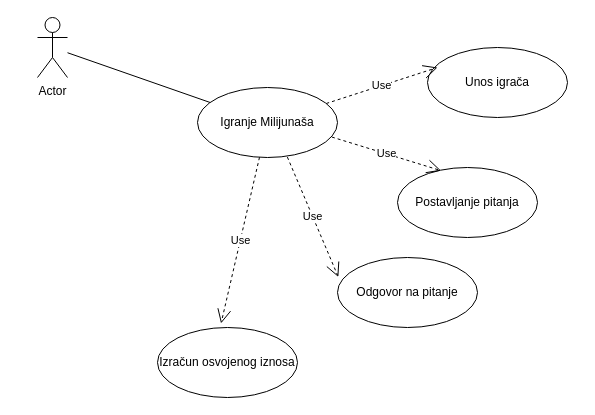
This is page "UseCase: Igranje Milijunaša" (1 of 8) of Untitled Diagram.drawio from Jasna-12345/Milijunas, a draw.io file, before an edit. Source tidied: cells renumbered, new cells numbered last; positions are measured from the earlier drawing's top-left corner, leaving out a move shared by most shapes. Both pictures are drawn from the tidied source at 100%, with x=0, y=0 at pixel (37, 17).
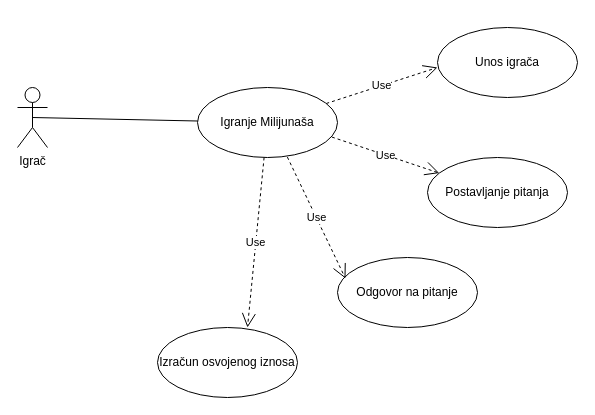
The same diagram, later.

Diff of the diagram source:
```diff
@@
 <mxGraphModel>
   <root>
     <mxCell id="0" />
     <mxCell id="1" parent="0" />
-    <mxCell id="2" value="Actor" style="shape=umlActor;verticalLabelPosition=bottom;verticalAlign=top;html=1;outlineConnect=0;" parent="1" vertex="1">
-      <mxGeometry width="30" height="60" as="geometry" />
+    <mxCell id="2" value="Igrač" style="shape=umlActor;verticalLabelPosition=bottom;verticalAlign=top;html=1;outlineConnect=0;" parent="1" vertex="1">
+      <mxGeometry x="-20" y="70" width="30" height="60" as="geometry" />
     </mxCell>
     <mxCell id="3" value="Igranje Milijunaša" style="ellipse;whiteSpace=wrap;html=1;" parent="1" vertex="1">
       <mxGeometry x="160" y="70" width="140" height="70" as="geometry" />
     </mxCell>
     <mxCell id="4" value="Unos igrača" style="ellipse;whiteSpace=wrap;html=1;" parent="1" vertex="1">
-      <mxGeometry x="390" y="30" width="140" height="70" as="geometry" />
+      <mxGeometry x="400" y="10" width="140" height="70" as="geometry" />
     </mxCell>
-    <mxCell id="5" style="endArrow=none;html=1;" parent="1" edge="1" source="2" target="3">
-      <mxGeometry relative="1" as="geometry" />
-    </mxCell>
     <mxCell id="6" value="Use" style="endArrow=open;endSize=12;dashed=1;html=1;" parent="1" edge="1" source="3">
       <mxGeometry relative="1" as="geometry">
         <mxPoint x="400" y="50" as="targetPoint" />
       </mxGeometry>
     </mxCell>
     <mxCell id="7" value="Postavljanje pitanja" style="ellipse;whiteSpace=wrap;html=1;" parent="1" vertex="1">
-      <mxGeometry x="360" y="150" width="140" height="70" as="geometry" />
+      <mxGeometry x="390" y="140" width="140" height="70" as="geometry" />
     </mxCell>
     <mxCell id="8" value="Odgovor na pitanje" style="ellipse;whiteSpace=wrap;html=1;" parent="1" vertex="1">
       <mxGeometry x="300" y="240" width="140" height="70" as="geometry" />
     </mxCell>
     <mxCell id="9" value="Izračun osvojenog iznosa" style="ellipse;whiteSpace=wrap;html=1;" parent="1" vertex="1">
       <mxGeometry x="120" y="310" width="140" height="70" as="geometry" />
     </mxCell>
-    <mxCell id="10" value="Use" style="endArrow=open;endSize=12;dashed=1;html=1;entryX=0.311;entryY=0.045;entryDx=0;entryDy=0;entryPerimeter=0;exitX=0.96;exitY=0.708;exitDx=0;exitDy=0;exitPerimeter=0;" parent="1" edge="1" source="3" target="7">
+    <mxCell id="10" value="Use" style="endArrow=open;endSize=12;dashed=1;html=1;exitX=0.96;exitY=0.708;exitDx=0;exitDy=0;exitPerimeter=0;" parent="1" edge="1" source="3" target="7">
       <mxGeometry relative="1" as="geometry" />
     </mxCell>
-    <mxCell id="11" value="Use" style="endArrow=open;endSize=12;dashed=1;html=1;entryX=0.006;entryY=0.279;entryDx=0;entryDy=0;entryPerimeter=0;exitX=0.642;exitY=0.994;exitDx=0;exitDy=0;exitPerimeter=0;" parent="1" edge="1" source="3" target="8">
+    <mxCell id="11" value="Use" style="endArrow=open;endSize=12;dashed=1;html=1;entryX=0.057;entryY=0.3;entryDx=0;entryDy=0;entryPerimeter=0;exitX=0.642;exitY=0.994;exitDx=0;exitDy=0;exitPerimeter=0;" parent="1" edge="1" source="3" target="8">
       <mxGeometry relative="1" as="geometry" />
     </mxCell>
-    <mxCell id="12" value="Use" style="endArrow=open;endSize=12;dashed=1;html=1;entryX=0.454;entryY=-0.058;entryDx=0;entryDy=0;entryPerimeter=0;" parent="1" edge="1" source="3" target="9">
-      <mxGeometry relative="1" as="geometry" />
+    <mxCell id="12" value="Use" style="endArrow=open;endSize=12;dashed=1;html=1;" parent="1" edge="1" source="3">
+      <mxGeometry relative="1" as="geometry">
+        <mxPoint x="210" y="310" as="targetPoint" />
+      </mxGeometry>
     </mxCell>
+    <mxCell id="5" style="endArrow=none;html=1;exitX=0.5;exitY=0.5;exitDx=0;exitDy=0;exitPerimeter=0;" parent="1" edge="1" source="2" target="3">
+      <mxGeometry relative="1" as="geometry" />
+    </mxCell>
   </root>
 </mxGraphModel>
```
